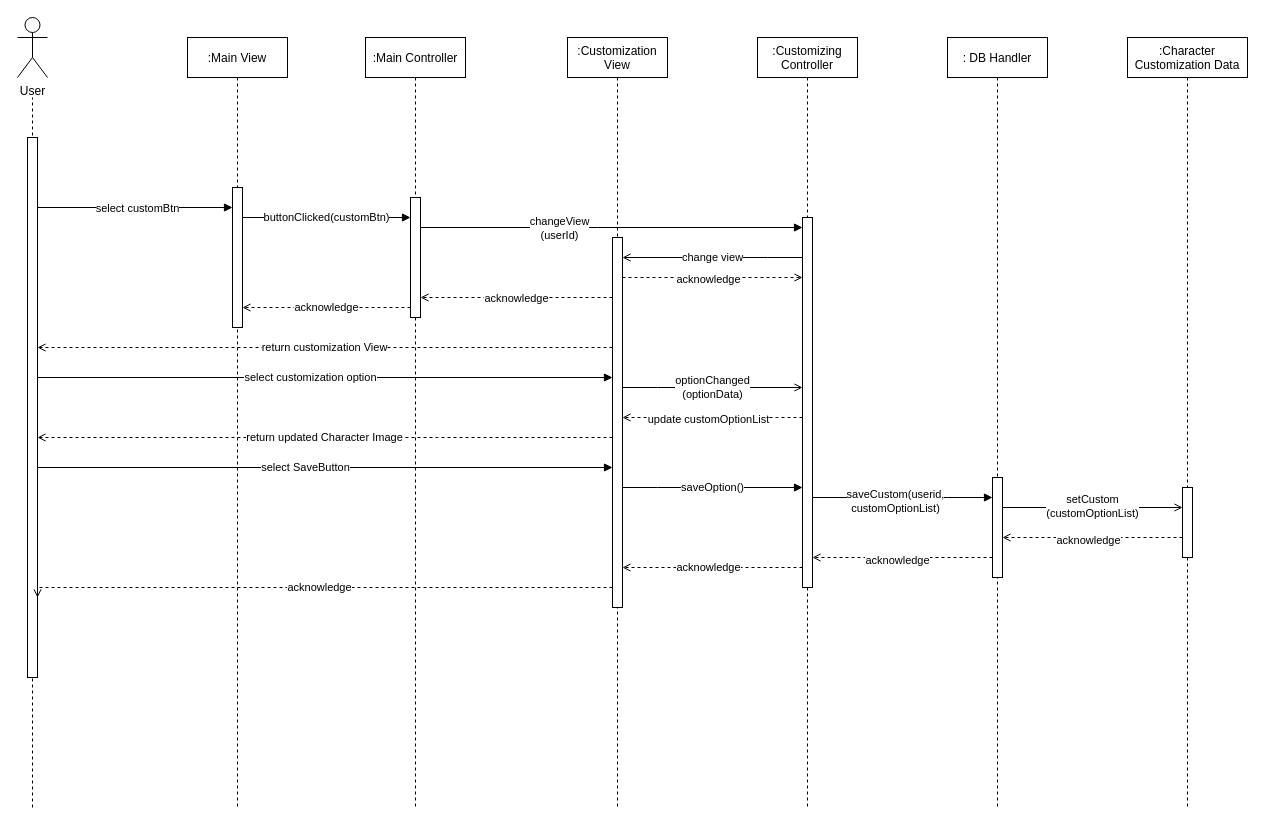
Above: SD6.drawio in ONFFLine/Diagram (draw.io), before the change. Source tidied: cells renumbered, new cells numbered last; positions are measured from the earlier drawing's top-left corner, leaving out a move shared by most shapes. Both pictures are drawn from the tidied source at 100%, with x=0, y=0 at pixel (17, 17).
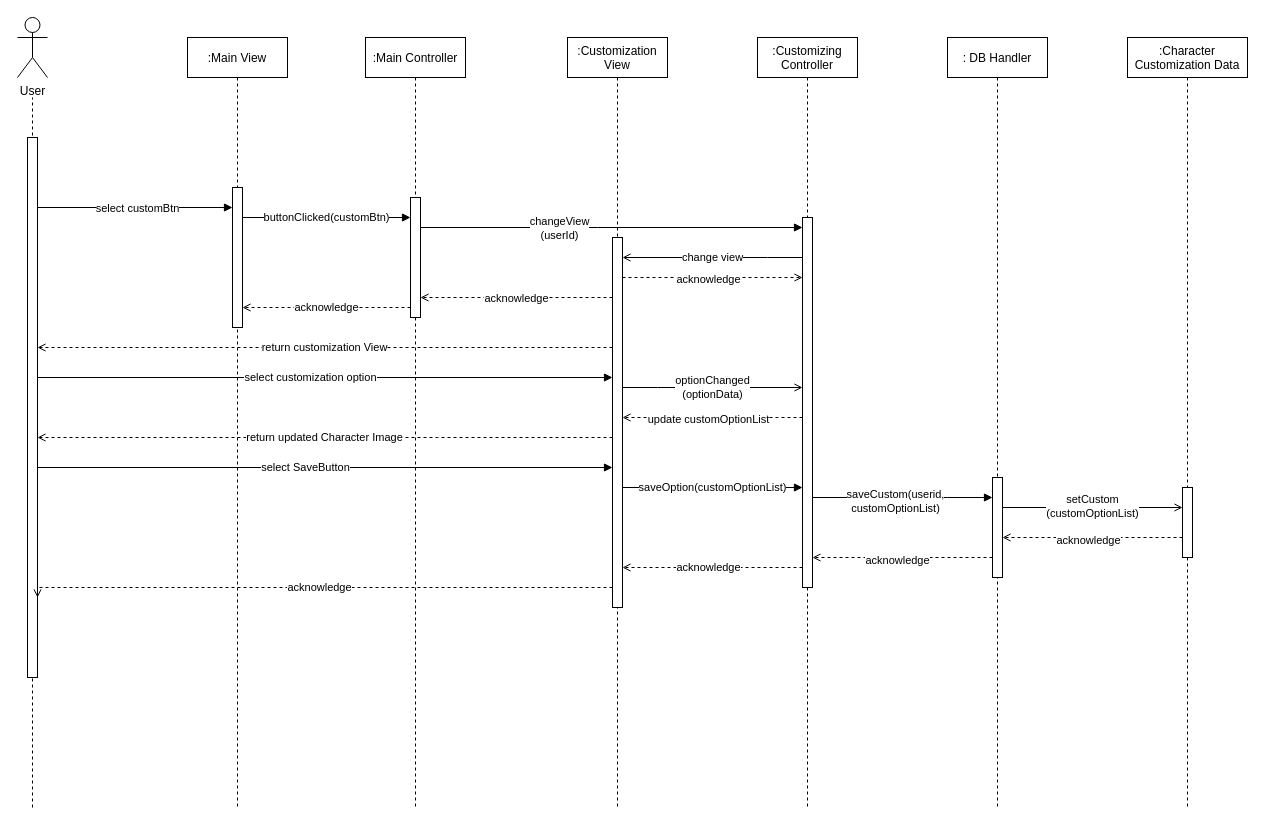
The same page after the edit.

The change refers to these unchanged cells:
```xml
<mxCell id="10" style="points=[];perimeter=orthogonalPerimeter;rounded=0;shadow=0;strokeWidth=1;" parent="9" vertex="1">
  <mxGeometry x="45" y="180" width="10" height="370" as="geometry" />
</mxCell>
<mxCell id="12" style="points=[];perimeter=orthogonalPerimeter;rounded=0;shadow=0;strokeWidth=1;fontStyle=1;" parent="11" vertex="1">
  <mxGeometry x="45" y="200" width="10" height="370" as="geometry" />
</mxCell>
```

Change to the diagram source:
```diff
@@
-    <mxCell id="46" value="saveOption()" style="edgeStyle=orthogonalEdgeStyle;rounded=0;jettySize=auto;html=1;endArrow=block;endFill=1;" parent="1" edge="1" source="12" target="10">
+    <mxCell id="46" value="saveOption(customOptionList)" style="edgeStyle=orthogonalEdgeStyle;rounded=0;jettySize=auto;html=1;endArrow=block;endFill=1;" parent="1" edge="1" source="12" target="10">
       <mxGeometry relative="1" as="geometry">
         <Array as="points">
           <mxPoint x="640" y="470" />
           <mxPoint x="640" y="470" />
         </Array>
       </mxGeometry>
     </mxCell>
```
